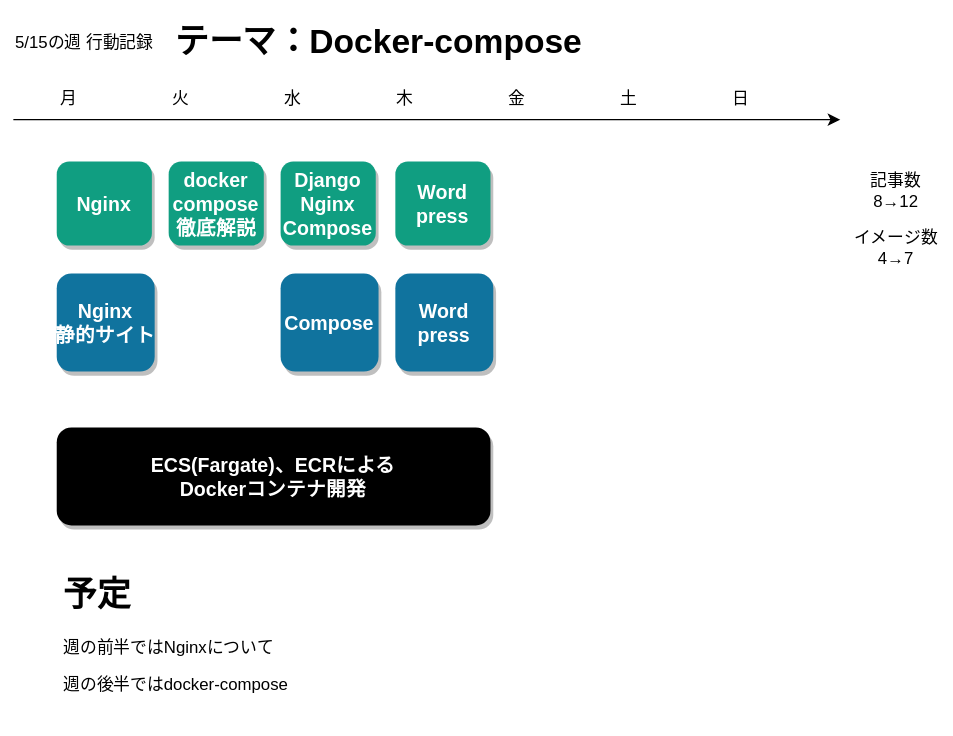
This is 人生設計-20230515.drawio.svg from minegishirei/draw_v1, a draw.io export, as it was before one commit. Source tidied: cells renumbered, new cells last; positions are measured from the earlier drawing's top-left corner, leaving out a move shared by most shapes.
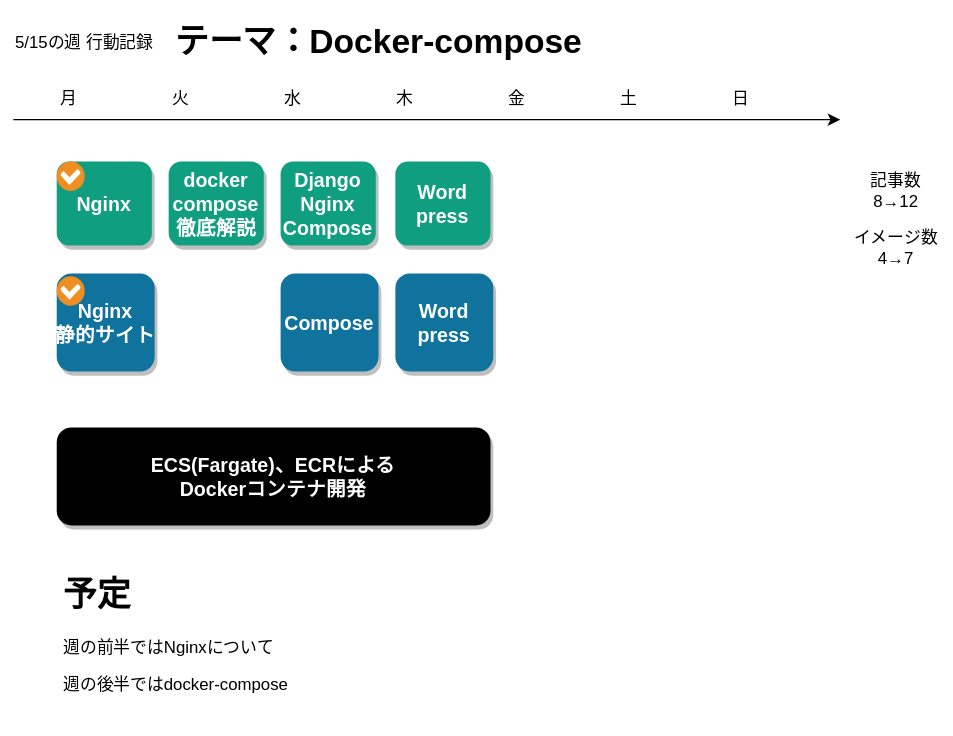
Later version of the same file.

Commit message:
人生設計-20230515.drawio.svg を追加しました。

The edit, as a diff of the source:
```diff
@@ -68,5 +68,11 @@
     <mxCell id="22" value="イメージ数&lt;br&gt;4→7" style="text;html=1;strokeColor=none;fillColor=none;align=center;verticalAlign=middle;whiteSpace=wrap;rounded=0;" parent="1" vertex="1">
       <mxGeometry x="600" y="146" width="80" height="41" as="geometry" />
     </mxCell>
+    <mxCell id="23" style="shadow=0;dashed=0;html=1;strokeColor=none;fillColor=#EF8F21;labelPosition=center;verticalLabelPosition=bottom;verticalAlign=top;align=center;shape=mxgraph.veeam.checked;" parent="1" vertex="1">
+      <mxGeometry x="40" y="105" width="20" height="21" as="geometry" />
+    </mxCell>
+    <mxCell id="24" style="shadow=0;dashed=0;html=1;strokeColor=none;fillColor=#EF8F21;labelPosition=center;verticalLabelPosition=bottom;verticalAlign=top;align=center;shape=mxgraph.veeam.checked;" parent="1" vertex="1">
+      <mxGeometry x="40" y="187" width="20" height="21" as="geometry" />
+    </mxCell>
   </root>
 </mxGraphModel>
```
